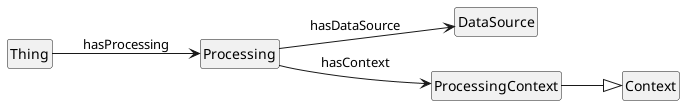
The PlantUML diagram media/overview_Processing.png in jeswr/dpv, before a commit.
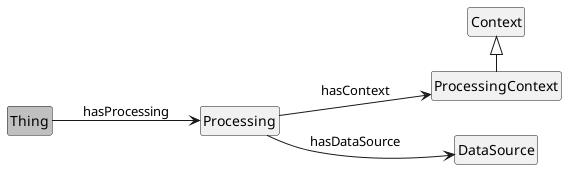
Above is the later version.

What changed in the source:
```diff
@@ -2,7 +2,7 @@
 !include style.plantuml
 left to right direction
 
-class Thing
+class Thing #silver
 class Processing
 class DataSource
 class ProcessingContext
@@ -11,6 +11,6 @@
 Thing --> Processing : hasProcessing
 Processing --> DataSource: hasDataSource
 Processing --> ProcessingContext : hasContext
-ProcessingContext --|> Context
+Context <|- ProcessingContext
 
 @enduml
```
